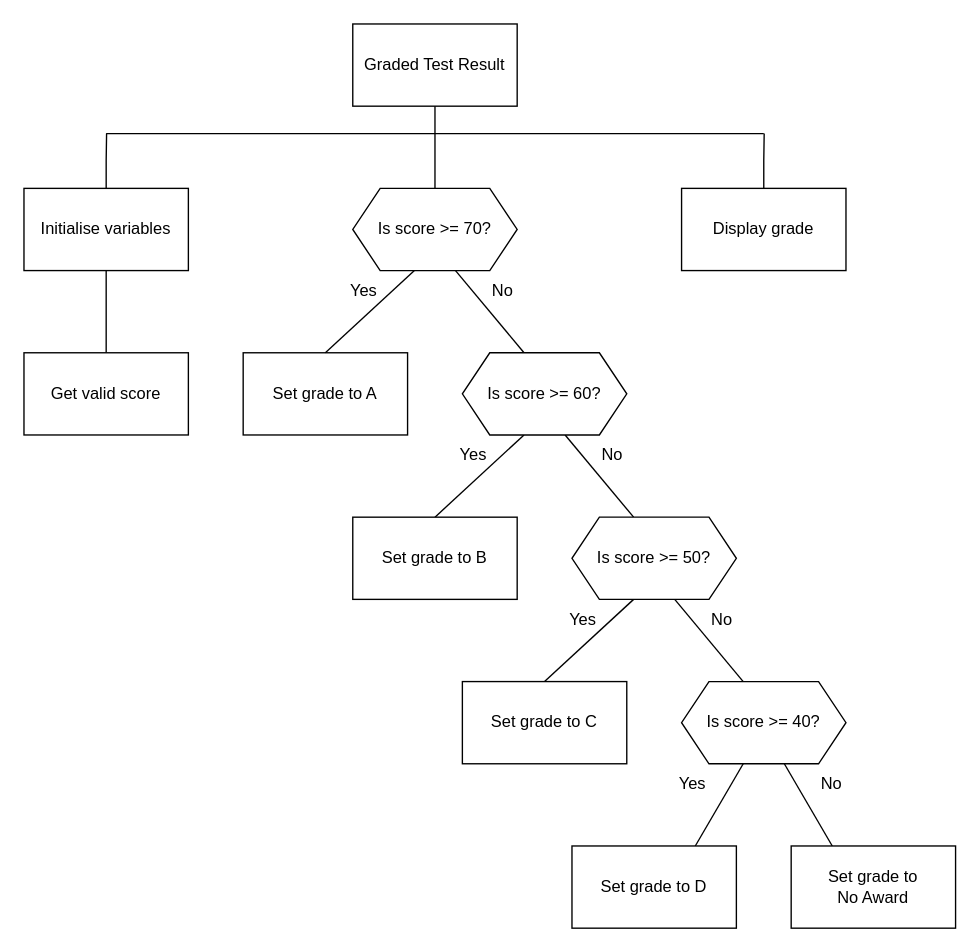
The draw.io diagram page "sd3" (3 of 6) of n5-cs/sdd/N5-SDD-Result/assets/N5 SDD Result.drawio in MrFriendCS/MrFriendCS.github.io, before the edit. Source tidied: cells renumbered, new cells numbered last; positions are measured from the earlier drawing's top-left corner, leaving out a move shared by most shapes. Both pictures are drawn from the tidied source at 137%, with x=0, y=0 at pixel (23, 23).
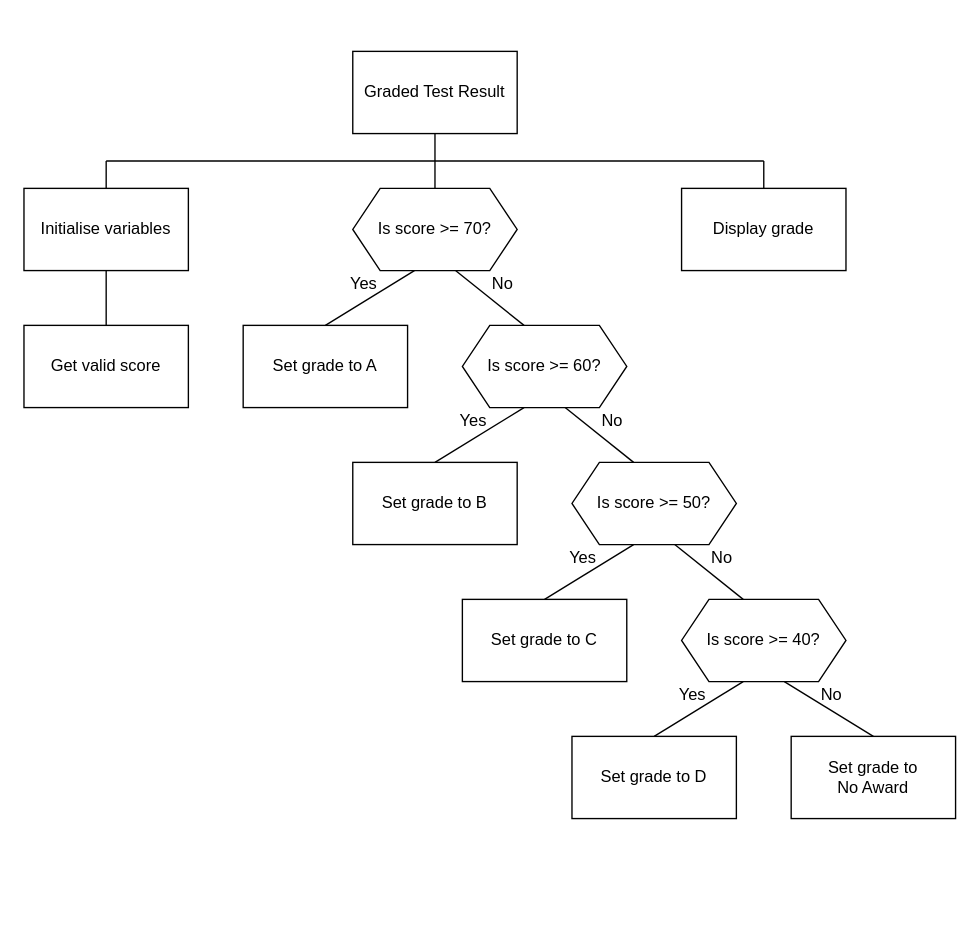
The same diagram, later.

Change to the diagram source:
```diff
@@
-    <mxCell id="2" value="Graded Test Result" style="rounded=0;whiteSpace=wrap;html=1;" parent="1" vertex="1">
-      <mxGeometry x="240" width="120" height="60" as="geometry" />
+    <mxCell id="2" value="Graded Test Result" style="rounded=0;whiteSpace=wrap;html=1;fillColor=none;" parent="1" vertex="1">
+      <mxGeometry x="240" y="20" width="120" height="60" as="geometry" />
     </mxCell>
@@
     <mxCell id="4" style="edgeStyle=orthogonalEdgeStyle;rounded=0;jettySize=auto;html=1;exitX=0.5;exitY=0;exitDx=0;exitDy=0;endArrow=none;endFill=0;" parent="1" edge="1" source="5">
       <mxGeometry relative="1" as="geometry">
-        <mxPoint x="60.3" y="80" as="targetPoint" />
+        <mxPoint x="60" y="100" as="targetPoint" />
       </mxGeometry>
     </mxCell>
-    <mxCell id="5" value="Initialise variables" style="rounded=0;whiteSpace=wrap;html=1;" parent="1" vertex="1">
+    <mxCell id="5" value="Initialise variables" style="rounded=0;whiteSpace=wrap;html=1;fillColor=none;" parent="1" vertex="1">
       <mxGeometry y="120" width="120" height="60" as="geometry" />
     </mxCell>
-    <mxCell id="6" value="Get valid score" style="rounded=0;whiteSpace=wrap;html=1;" parent="1" vertex="1">
-      <mxGeometry y="240" width="120" height="60" as="geometry" />
+    <mxCell id="6" value="Get valid score" style="rounded=0;whiteSpace=wrap;html=1;fillColor=none;" parent="1" vertex="1">
+      <mxGeometry y="220" width="120" height="60" as="geometry" />
     </mxCell>
-    <mxCell id="7" value="Set grade to A" style="rounded=0;whiteSpace=wrap;html=1;" parent="1" vertex="1">
-      <mxGeometry x="160" y="240" width="120" height="60" as="geometry" />
+    <mxCell id="7" value="Set grade to A" style="rounded=0;whiteSpace=wrap;html=1;fillColor=none;" parent="1" vertex="1">
+      <mxGeometry x="160" y="220" width="120" height="60" as="geometry" />
     </mxCell>
@@
-    <mxCell id="11" value="Is score &amp;gt;= 70?" style="shape=hexagon;perimeter=hexagonPerimeter2;whiteSpace=wrap;html=1;fixedSize=1;" parent="1" vertex="1">
+    <mxCell id="11" value="Is score &amp;gt;= 70?" style="shape=hexagon;perimeter=hexagonPerimeter2;whiteSpace=wrap;html=1;fixedSize=1;fillColor=none;" parent="1" vertex="1">
       <mxGeometry x="240" y="120" width="120" height="60" as="geometry" />
     </mxCell>
@@
-    <mxCell id="14" value="Is score &amp;gt;= 60?" style="shape=hexagon;perimeter=hexagonPerimeter2;whiteSpace=wrap;html=1;fixedSize=1;" parent="1" vertex="1">
-      <mxGeometry x="320" y="240" width="120" height="60" as="geometry" />
+    <mxCell id="14" value="Is score &amp;gt;= 60?" style="shape=hexagon;perimeter=hexagonPerimeter2;whiteSpace=wrap;html=1;fixedSize=1;fillColor=none;" parent="1" vertex="1">
+      <mxGeometry x="320" y="220" width="120" height="60" as="geometry" />
     </mxCell>
@@
-    <mxCell id="17" value="Is score &amp;gt;= 50?" style="shape=hexagon;perimeter=hexagonPerimeter2;whiteSpace=wrap;html=1;fixedSize=1;" parent="1" vertex="1">
-      <mxGeometry x="400" y="360" width="120" height="60" as="geometry" />
+    <mxCell id="17" value="Is score &amp;gt;= 50?" style="shape=hexagon;perimeter=hexagonPerimeter2;whiteSpace=wrap;html=1;fixedSize=1;fillColor=none;" parent="1" vertex="1">
+      <mxGeometry x="400" y="320" width="120" height="60" as="geometry" />
     </mxCell>
-    <mxCell id="18" style="rounded=0;jettySize=auto;html=1;exitX=0.375;exitY=1;exitDx=0;exitDy=0;entryX=0.75;entryY=0;entryDx=0;entryDy=0;endArrow=none;endFill=0;" parent="1" edge="1" source="20" target="25">
+    <mxCell id="18" style="rounded=0;jettySize=auto;html=1;exitX=0.375;exitY=1;exitDx=0;exitDy=0;entryX=0.5;entryY=0;entryDx=0;entryDy=0;endArrow=none;endFill=0;" parent="1" edge="1" source="20" target="25">
       <mxGeometry relative="1" as="geometry" />
     </mxCell>
-    <mxCell id="19" style="rounded=0;jettySize=auto;html=1;exitX=0.625;exitY=1;exitDx=0;exitDy=0;entryX=0.25;entryY=0;entryDx=0;entryDy=0;endArrow=none;endFill=0;" parent="1" edge="1" source="20" target="26">
+    <mxCell id="19" style="rounded=0;jettySize=auto;html=1;exitX=0.625;exitY=1;exitDx=0;exitDy=0;entryX=0.5;entryY=0;entryDx=0;entryDy=0;endArrow=none;endFill=0;" parent="1" edge="1" source="20" target="26">
       <mxGeometry relative="1" as="geometry" />
     </mxCell>
-    <mxCell id="20" value="Is score &amp;gt;= 40?" style="shape=hexagon;perimeter=hexagonPerimeter2;whiteSpace=wrap;html=1;fixedSize=1;" parent="1" vertex="1">
-      <mxGeometry x="480" y="480" width="120" height="60" as="geometry" />
+    <mxCell id="20" value="Is score &amp;gt;= 40?" style="shape=hexagon;perimeter=hexagonPerimeter2;whiteSpace=wrap;html=1;fixedSize=1;fillColor=none;" parent="1" vertex="1">
+      <mxGeometry x="480" y="420" width="120" height="60" as="geometry" />
     </mxCell>
-    <mxCell id="21" value="Set grade to B" style="rounded=0;whiteSpace=wrap;html=1;" parent="1" vertex="1">
-      <mxGeometry x="240" y="360" width="120" height="60" as="geometry" />
+    <mxCell id="21" value="Set grade to B" style="rounded=0;whiteSpace=wrap;html=1;fillColor=none;" parent="1" vertex="1">
+      <mxGeometry x="240" y="320" width="120" height="60" as="geometry" />
     </mxCell>
     <mxCell id="22" style="edgeStyle=orthogonalEdgeStyle;rounded=0;jettySize=auto;html=1;exitX=0.5;exitY=0;exitDx=0;exitDy=0;endArrow=none;endFill=0;" parent="1" edge="1" source="23">
       <mxGeometry relative="1" as="geometry">
-        <mxPoint x="540.3" y="80" as="targetPoint" />
+        <mxPoint x="540" y="100" as="targetPoint" />
       </mxGeometry>
     </mxCell>
-    <mxCell id="23" value="Display grade" style="rounded=0;whiteSpace=wrap;html=1;" parent="1" vertex="1">
+    <mxCell id="23" value="Display grade" style="rounded=0;whiteSpace=wrap;html=1;fillColor=none;" parent="1" vertex="1">
       <mxGeometry x="480" y="120" width="120" height="60" as="geometry" />
     </mxCell>
-    <mxCell id="24" value="Set grade to C" style="rounded=0;whiteSpace=wrap;html=1;" parent="1" vertex="1">
-      <mxGeometry x="320" y="480" width="120" height="60" as="geometry" />
+    <mxCell id="24" value="Set grade to C" style="rounded=0;whiteSpace=wrap;html=1;fillColor=none;" parent="1" vertex="1">
+      <mxGeometry x="320" y="420" width="120" height="60" as="geometry" />
     </mxCell>
-    <mxCell id="25" value="Set grade to D" style="rounded=0;whiteSpace=wrap;html=1;" parent="1" vertex="1">
-      <mxGeometry x="400" y="600" width="120" height="60" as="geometry" />
+    <mxCell id="25" value="Set grade to D" style="rounded=0;whiteSpace=wrap;html=1;fillColor=none;" parent="1" vertex="1">
+      <mxGeometry x="400" y="520" width="120" height="60" as="geometry" />
     </mxCell>
-    <mxCell id="26" value="Set grade to&lt;br&gt;No Award" style="rounded=0;whiteSpace=wrap;html=1;" parent="1" vertex="1">
-      <mxGeometry x="560" y="600" width="120" height="60" as="geometry" />
+    <mxCell id="26" value="Set grade to&lt;br&gt;No Award" style="rounded=0;whiteSpace=wrap;html=1;fillColor=none;" parent="1" vertex="1">
+      <mxGeometry x="560" y="520" width="120" height="60" as="geometry" />
     </mxCell>
     <mxCell id="27" value="Yes" style="text;html=1;strokeColor=none;fillColor=none;align=right;verticalAlign=middle;whiteSpace=wrap;rounded=0;" parent="1" vertex="1">
-      <mxGeometry x="220" y="180" width="40" height="30" as="geometry" />
+      <mxGeometry x="230" y="180" width="30" height="20" as="geometry" />
     </mxCell>
     <mxCell id="28" value="No" style="text;html=1;strokeColor=none;fillColor=none;align=left;verticalAlign=middle;whiteSpace=wrap;rounded=0;" parent="1" vertex="1">
-      <mxGeometry x="340" y="180" width="45" height="30" as="geometry" />
+      <mxGeometry x="340" y="180" width="30" height="20" as="geometry" />
     </mxCell>
     <mxCell id="29" value="Yes" style="text;html=1;strokeColor=none;fillColor=none;align=right;verticalAlign=middle;whiteSpace=wrap;rounded=0;" parent="1" vertex="1">
-      <mxGeometry x="460" y="540" width="40" height="30" as="geometry" />
+      <mxGeometry x="469" y="480" width="31" height="20" as="geometry" />
     </mxCell>
     <mxCell id="30" value="Yes" style="text;html=1;strokeColor=none;fillColor=none;align=right;verticalAlign=middle;whiteSpace=wrap;rounded=0;" parent="1" vertex="1">
-      <mxGeometry x="380" y="420" width="40" height="30" as="geometry" />
+      <mxGeometry x="390" y="380" width="30" height="20" as="geometry" />
     </mxCell>
     <mxCell id="31" value="Yes" style="text;html=1;strokeColor=none;fillColor=none;align=right;verticalAlign=middle;whiteSpace=wrap;rounded=0;" parent="1" vertex="1">
-      <mxGeometry x="300" y="300" width="40" height="30" as="geometry" />
+      <mxGeometry x="310" y="280" width="30" height="20" as="geometry" />
     </mxCell>
     <mxCell id="32" value="No" style="text;html=1;strokeColor=none;fillColor=none;align=left;verticalAlign=middle;whiteSpace=wrap;rounded=0;" parent="1" vertex="1">
-      <mxGeometry x="420" y="300" width="45" height="30" as="geometry" />
+      <mxGeometry x="420" y="280" width="30" height="20" as="geometry" />
     </mxCell>
     <mxCell id="33" value="No" style="text;html=1;strokeColor=none;fillColor=none;align=left;verticalAlign=middle;whiteSpace=wrap;rounded=0;" parent="1" vertex="1">
-      <mxGeometry x="580" y="540" width="45" height="30" as="geometry" />
+      <mxGeometry x="580" y="480" width="30" height="20" as="geometry" />
     </mxCell>
     <mxCell id="34" value="No" style="text;html=1;strokeColor=none;fillColor=none;align=left;verticalAlign=middle;whiteSpace=wrap;rounded=0;" parent="1" vertex="1">
-      <mxGeometry x="500" y="420" width="45" height="30" as="geometry" />
+      <mxGeometry x="500" y="380" width="30" height="20" as="geometry" />
     </mxCell>
     <mxCell id="35" style="endArrow=none;html=1;rounded=0;" parent="1" edge="1">
       <mxGeometry relative="1" as="geometry">
-        <mxPoint x="60" y="80" as="sourcePoint" />
-        <mxPoint x="540" y="80" as="targetPoint" />
+        <mxPoint x="60" y="100" as="sourcePoint" />
+        <mxPoint x="540" y="100" as="targetPoint" />
       </mxGeometry>
     </mxCell>
```
